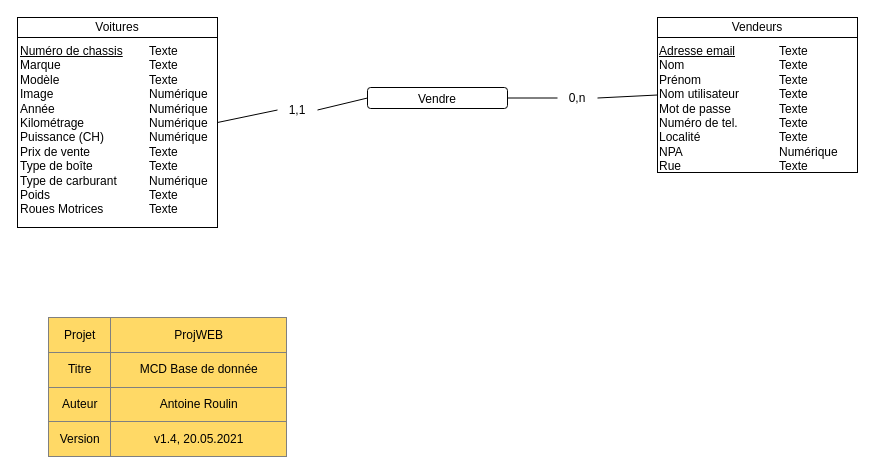
The draw.io diagram doc/MCD/MCD_ProjWEB_CLASSICCAR_ARN-NED.drawio in NicolasGlassey/PROJWEB-INFOWEB, before the edit. Source tidied: cells renumbered, new cells numbered last; positions are measured from the earlier drawing's top-left corner, leaving out a move shared by most shapes. Both pictures are drawn from the tidied source at 100%, with x=0, y=0 at pixel (17, 17).
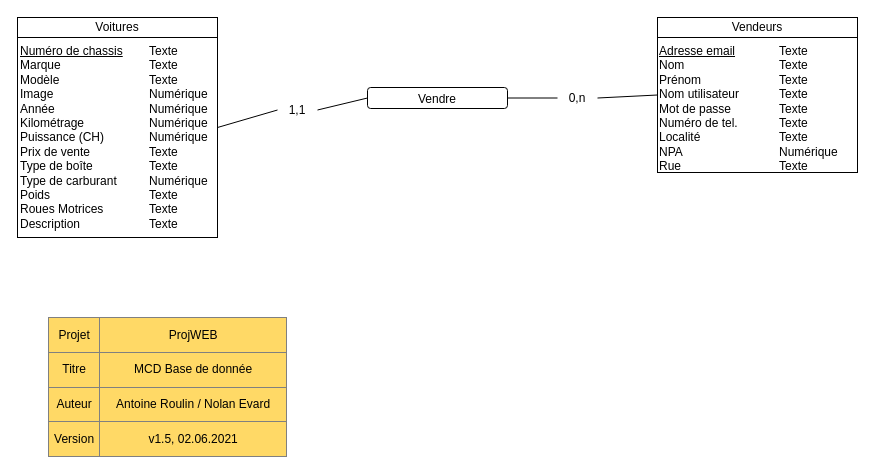
The same diagram, later.

Commit message (it also covers changes not shown here):
Ajout d'une description dans la table cars

The edit, as a diff of the source:
```diff
@@
 <mxGraphModel>
   <root>
     <mxCell id="0" />
     <mxCell id="1" parent="0" />
     <mxCell id="2" value="&lt;div style=&quot;box-sizing: border-box ; width: 100% ; padding: 2px&quot;&gt;&lt;br&gt;&lt;/div&gt;" style="verticalAlign=top;align=center;overflow=fill;html=1;rounded=0;shadow=0;comic=0;labelBackgroundColor=none;strokeColor=#000000;strokeWidth=1;fillColor=#ffffff;fontFamily=Verdana;fontSize=12;fontColor=#000000;" parent="1" vertex="1">
-      <mxGeometry width="200" height="210" as="geometry" />
+      <mxGeometry width="200" height="220" as="geometry" />
     </mxCell>
     <mxCell id="3" value="Voitures" style="rounded=0;whiteSpace=wrap;html=1;" parent="1" vertex="1">
       <mxGeometry width="200" height="20" as="geometry" />
     </mxCell>
-    <mxCell id="4" value="&lt;u&gt;Numéro de chassis&lt;br&gt;&lt;/u&gt;Marque&lt;br&gt;Modèle&lt;br&gt;Image&lt;br&gt;Année&lt;br&gt;Kilométrage&lt;br&gt;Puissance (CH)&lt;br&gt;Prix de vente&lt;br&gt;Type de boîte&lt;br&gt;Type de carburant&lt;br&gt;Poids&lt;br&gt;Roues Motrices" style="text;html=1;strokeColor=none;fillColor=none;align=left;verticalAlign=top;whiteSpace=wrap;rounded=0;" parent="1" vertex="1">
-      <mxGeometry x="1" y="20" width="110" height="180" as="geometry" />
+    <mxCell id="4" value="&lt;u&gt;Numéro de chassis&lt;br&gt;&lt;/u&gt;Marque&lt;br&gt;Modèle&lt;br&gt;Image&lt;br&gt;Année&lt;br&gt;Kilométrage&lt;br&gt;Puissance (CH)&lt;br&gt;Prix de vente&lt;br&gt;Type de boîte&lt;br&gt;Type de carburant&lt;br&gt;Poids&lt;br&gt;Roues Motrices&lt;br&gt;Description" style="text;html=1;strokeColor=none;fillColor=none;align=left;verticalAlign=top;whiteSpace=wrap;rounded=0;" parent="1" vertex="1">
+      <mxGeometry x="1" y="20" width="110" height="200" as="geometry" />
     </mxCell>
-    <mxCell id="5" value="Texte&lt;br&gt;Texte&lt;br&gt;Texte&lt;br&gt;Numérique&lt;br&gt;Numérique&lt;br&gt;Numérique&lt;br&gt;Numérique&lt;br&gt;Texte&lt;br&gt;Texte&lt;br&gt;Numérique&lt;br&gt;Texte&lt;br&gt;Texte" style="text;html=1;strokeColor=none;fillColor=none;align=left;verticalAlign=top;whiteSpace=wrap;rounded=0;" parent="1" vertex="1">
-      <mxGeometry x="130" y="20" width="70" height="180" as="geometry" />
+    <mxCell id="5" value="Texte&lt;br&gt;Texte&lt;br&gt;Texte&lt;br&gt;Numérique&lt;br&gt;Numérique&lt;br&gt;Numérique&lt;br&gt;Numérique&lt;br&gt;Texte&lt;br&gt;Texte&lt;br&gt;Numérique&lt;br&gt;Texte&lt;br&gt;Texte&lt;br&gt;Texte" style="text;html=1;strokeColor=none;fillColor=none;align=left;verticalAlign=top;whiteSpace=wrap;rounded=0;" parent="1" vertex="1">
+      <mxGeometry x="130" y="20" width="70" height="200" as="geometry" />
     </mxCell>
     <mxCell id="6" value="&lt;div style=&quot;box-sizing: border-box ; width: 100% ; padding: 2px&quot;&gt;&lt;br&gt;&lt;/div&gt;" style="verticalAlign=top;align=center;overflow=fill;html=1;rounded=0;shadow=0;comic=0;labelBackgroundColor=none;strokeColor=#000000;strokeWidth=1;fillColor=#ffffff;fontFamily=Verdana;fontSize=12;fontColor=#000000;" parent="1" vertex="1">
       <mxGeometry x="640" width="200" height="155" as="geometry" />
     </mxCell>
     <mxCell id="7" value="Vendeurs" style="rounded=0;whiteSpace=wrap;html=1;" parent="1" vertex="1">
       <mxGeometry x="640" width="200" height="20" as="geometry" />
     </mxCell>
     <mxCell id="8" value="&lt;u&gt;Adresse email&lt;/u&gt;&lt;br&gt;Nom&lt;br&gt;Prénom&lt;br&gt;Nom utilisateur&lt;br&gt;Mot de passe&lt;br&gt;Numéro de tel.&lt;br&gt;Localité&lt;br&gt;NPA&lt;br&gt;Rue" style="text;html=1;strokeColor=none;fillColor=none;align=left;verticalAlign=top;whiteSpace=wrap;rounded=0;" parent="1" vertex="1">
       <mxGeometry x="640" y="20" width="100" height="110" as="geometry" />
     </mxCell>
     <mxCell id="9" value="Texte&lt;br&gt;Texte&lt;br&gt;Texte&lt;br&gt;Texte&lt;br&gt;Texte&lt;br&gt;Texte&lt;br&gt;Texte&lt;br&gt;Numérique&lt;br&gt;Texte" style="text;html=1;strokeColor=none;fillColor=none;align=left;verticalAlign=top;whiteSpace=wrap;rounded=0;" parent="1" vertex="1">
       <mxGeometry x="760" y="20" width="80" height="110" as="geometry" />
     </mxCell>
     <mxCell id="10" style="rounded=1;whiteSpace=wrap;html=1;" parent="1" vertex="1">
       <mxGeometry x="350" y="70" width="140" height="21" as="geometry" />
     </mxCell>
     <mxCell id="11" value="Vendre" style="text;html=1;strokeColor=none;fillColor=none;align=center;verticalAlign=middle;whiteSpace=wrap;rounded=0;" parent="1" vertex="1">
       <mxGeometry x="360" y="72" width="120" height="20" as="geometry" />
     </mxCell>
-    <mxCell id="12" value="&lt;table border=&quot;1&quot; width=&quot;100%&quot; style=&quot;width: 100% ; height: 100% ; border-collapse: collapse&quot;&gt;&lt;tbody&gt;&lt;tr&gt;&lt;td align=&quot;center&quot;&gt;Projet&lt;/td&gt;&lt;td align=&quot;center&quot;&gt;ProjWEB&lt;/td&gt;&lt;/tr&gt;&lt;tr&gt;&lt;td align=&quot;center&quot;&gt;Titre&lt;/td&gt;&lt;td align=&quot;center&quot;&gt;MCD Base de donnée&lt;/td&gt;&lt;/tr&gt;&lt;tr&gt;&lt;td align=&quot;center&quot;&gt;Auteur&lt;/td&gt;&lt;td align=&quot;center&quot;&gt;Antoine Roulin&lt;/td&gt;&lt;/tr&gt;&lt;tr&gt;&lt;td style=&quot;text-align: center&quot;&gt;Version&lt;/td&gt;&lt;td style=&quot;text-align: center&quot;&gt;v1.4, 20.05.2021&lt;/td&gt;&lt;/tr&gt;&lt;/tbody&gt;&lt;/table&gt;" style="text;html=1;overflow=fill;labelBackgroundColor=#FFD966;" parent="1" vertex="1">
+    <mxCell id="12" value="&lt;table border=&quot;1&quot; width=&quot;100%&quot; style=&quot;width: 100% ; height: 100% ; border-collapse: collapse&quot;&gt;&lt;tbody&gt;&lt;tr&gt;&lt;td align=&quot;center&quot;&gt;Projet&lt;/td&gt;&lt;td align=&quot;center&quot;&gt;ProjWEB&lt;/td&gt;&lt;/tr&gt;&lt;tr&gt;&lt;td align=&quot;center&quot;&gt;Titre&lt;/td&gt;&lt;td align=&quot;center&quot;&gt;MCD Base de donnée&lt;/td&gt;&lt;/tr&gt;&lt;tr&gt;&lt;td align=&quot;center&quot;&gt;Auteur&lt;/td&gt;&lt;td align=&quot;center&quot;&gt;Antoine Roulin / Nolan Evard&lt;/td&gt;&lt;/tr&gt;&lt;tr&gt;&lt;td style=&quot;text-align: center&quot;&gt;Version&lt;/td&gt;&lt;td style=&quot;text-align: center&quot;&gt;v1.5, 02.06.2021&lt;/td&gt;&lt;/tr&gt;&lt;/tbody&gt;&lt;/table&gt;" style="text;html=1;overflow=fill;labelBackgroundColor=#FFD966;" parent="1" vertex="1">
       <mxGeometry x="31" y="300" width="239" height="140" as="geometry" />
     </mxCell>
     <mxCell id="13" style="endArrow=none;html=1;exitX=1;exitY=0.5;exitDx=0;exitDy=0;entryX=0;entryY=0.5;entryDx=0;entryDy=0;startArrow=none;" parent="1" edge="1" source="14" target="10">
       <mxGeometry relative="1" as="geometry" />
     </mxCell>
     <mxCell id="14" value="1,1" style="text;html=1;strokeColor=none;fillColor=none;align=center;verticalAlign=middle;whiteSpace=wrap;rounded=0;" parent="1" vertex="1">
       <mxGeometry x="260" y="80" width="40" height="25" as="geometry" />
     </mxCell>
     <mxCell id="15" style="endArrow=none;html=1;exitX=1;exitY=0.5;exitDx=0;exitDy=0;entryX=0;entryY=0.5;entryDx=0;entryDy=0;" parent="1" edge="1" source="2" target="14">
       <mxGeometry relative="1" as="geometry" />
     </mxCell>
     <mxCell id="16" style="endArrow=none;html=1;exitX=1;exitY=0.5;exitDx=0;exitDy=0;entryX=0;entryY=0.5;entryDx=0;entryDy=0;startArrow=none;" parent="1" edge="1" source="17" target="6">
       <mxGeometry relative="1" as="geometry" />
     </mxCell>
     <mxCell id="17" value="0,n" style="text;html=1;strokeColor=none;fillColor=none;align=center;verticalAlign=middle;whiteSpace=wrap;rounded=0;" parent="1" vertex="1">
       <mxGeometry x="540" y="68" width="40" height="25" as="geometry" />
     </mxCell>
     <mxCell id="18" style="endArrow=none;html=1;exitX=1;exitY=0.5;exitDx=0;exitDy=0;entryX=0;entryY=0.5;entryDx=0;entryDy=0;" parent="1" edge="1" source="10" target="17">
       <mxGeometry relative="1" as="geometry" />
     </mxCell>
   </root>
 </mxGraphModel>
```
